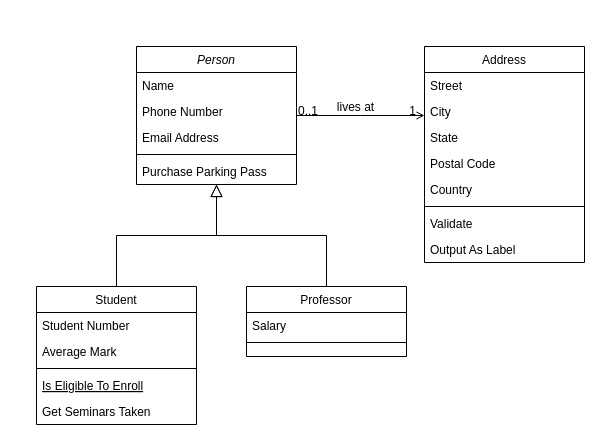
This is UML_practice/Software Architecture_1.drawio from rise0608/images, a draw.io file, before an edit. Source tidied: cells renumbered, new cells numbered last; positions are measured from the earlier drawing's top-left corner, leaving out a move shared by most shapes. Both pictures are drawn from the tidied source at 100%, with x=0, y=0 at pixel (36, 46).
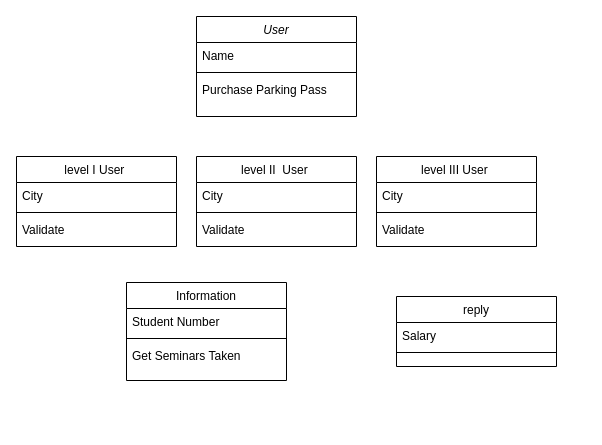
The same diagram, later.

Change to the diagram source:
```diff
@@
-    <mxCell id="2" value="Person" style="swimlane;fontStyle=2;align=center;verticalAlign=top;horizontal=1;startSize=26;rounded=0;shadow=0;strokeWidth=1;" parent="1" vertex="1">
-      <mxGeometry x="100" width="160" height="138" as="geometry" />
+    <mxCell id="2" value="User" style="swimlane;fontStyle=2;align=center;verticalAlign=top;horizontal=1;startSize=26;rounded=0;shadow=0;strokeWidth=1;" parent="1" vertex="1">
+      <mxGeometry x="160" y="-30" width="160" height="100" as="geometry" />
     </mxCell>
@@
-    <mxCell id="4" value="Phone Number" style="text;align=left;verticalAlign=top;spacingLeft=4;spacingRight=4;overflow=hidden;rounded=0;shadow=0;html=0;" parent="2" vertex="1">
-      <mxGeometry y="52" width="160" height="26" as="geometry" />
-    </mxCell>
-    <mxCell id="5" value="Email Address" style="text;align=left;verticalAlign=top;spacingLeft=4;spacingRight=4;overflow=hidden;rounded=0;shadow=0;html=0;" parent="2" vertex="1">
-      <mxGeometry y="78" width="160" height="26" as="geometry" />
-    </mxCell>
     <mxCell id="6" style="line;html=1;strokeWidth=1;align=left;verticalAlign=middle;spacingTop=-1;spacingLeft=3;spacingRight=3;labelPosition=right;" parent="2" vertex="1">
-      <mxGeometry y="104" width="160" height="8" as="geometry" />
+      <mxGeometry y="52" width="160" height="8" as="geometry" />
     </mxCell>
     <mxCell id="7" value="Purchase Parking Pass" style="text;align=left;verticalAlign=top;spacingLeft=4;spacingRight=4;overflow=hidden;" parent="2" vertex="1">
-      <mxGeometry y="112" width="160" height="26" as="geometry" />
+      <mxGeometry y="60" width="160" height="26" as="geometry" />
     </mxCell>
-    <mxCell id="8" value="Student" style="swimlane;fontStyle=0;align=center;verticalAlign=top;horizontal=1;startSize=26;rounded=0;shadow=0;strokeWidth=1;" parent="1" vertex="1">
-      <mxGeometry y="240" width="160" height="138" as="geometry" />
+    <mxCell id="8" value="Information" style="swimlane;fontStyle=0;align=center;verticalAlign=top;horizontal=1;startSize=26;rounded=0;shadow=0;strokeWidth=1;" parent="1" vertex="1">
+      <mxGeometry x="90" y="236" width="160" height="98" as="geometry" />
     </mxCell>
@@
-    <mxCell id="10" value="Average Mark" style="text;align=left;verticalAlign=top;spacingLeft=4;spacingRight=4;overflow=hidden;rounded=0;shadow=0;html=0;" parent="8" vertex="1">
-      <mxGeometry y="52" width="160" height="26" as="geometry" />
-    </mxCell>
     <mxCell id="11" style="line;html=1;strokeWidth=1;align=left;verticalAlign=middle;spacingTop=-1;spacingLeft=3;spacingRight=3;labelPosition=right;" parent="8" vertex="1">
-      <mxGeometry y="78" width="160" height="8" as="geometry" />
+      <mxGeometry y="52" width="160" height="8" as="geometry" />
     </mxCell>
-    <mxCell id="12" value="Is Eligible To Enroll" style="text;align=left;verticalAlign=top;spacingLeft=4;spacingRight=4;overflow=hidden;fontStyle=4;" parent="8" vertex="1">
-      <mxGeometry y="86" width="160" height="26" as="geometry" />
-    </mxCell>
     <mxCell id="13" value="Get Seminars Taken" style="text;align=left;verticalAlign=top;spacingLeft=4;spacingRight=4;overflow=hidden;" parent="8" vertex="1">
-      <mxGeometry y="112" width="160" height="26" as="geometry" />
+      <mxGeometry y="60" width="160" height="26" as="geometry" />
     </mxCell>
-    <mxCell id="14" style="endArrow=block;endSize=10;endFill=0;shadow=0;strokeWidth=1;rounded=0;edgeStyle=elbowEdgeStyle;elbow=vertical;" parent="1" edge="1" source="8" target="2">
-      <mxGeometry relative="1" as="geometry" />
-    </mxCell>
-    <mxCell id="15" value="Professor" style="swimlane;fontStyle=0;align=center;verticalAlign=top;horizontal=1;startSize=26;rounded=0;shadow=0;strokeWidth=1;" parent="1" vertex="1">
-      <mxGeometry x="210" y="240" width="160" height="70" as="geometry" />
+    <mxCell id="15" value="reply" style="swimlane;fontStyle=0;align=center;verticalAlign=top;horizontal=1;startSize=26;rounded=0;shadow=0;strokeWidth=1;" parent="1" vertex="1">
+      <mxGeometry x="360" y="250" width="160" height="70" as="geometry" />
     </mxCell>
@@
-    <mxCell id="18" style="endArrow=block;endSize=10;endFill=0;shadow=0;strokeWidth=1;rounded=0;edgeStyle=elbowEdgeStyle;elbow=vertical;" parent="1" edge="1" source="15" target="2">
-      <mxGeometry relative="1" as="geometry" />
-    </mxCell>
-    <mxCell id="19" value="Address" style="swimlane;fontStyle=0;align=center;verticalAlign=top;horizontal=1;startSize=26;rounded=0;shadow=0;strokeWidth=1;" parent="1" vertex="1">
-      <mxGeometry x="388" width="160" height="216" as="geometry" />
+    <mxCell id="19" value="level I User " style="swimlane;fontStyle=0;align=center;verticalAlign=top;horizontal=1;startSize=26;rounded=0;shadow=0;strokeWidth=1;" parent="1" vertex="1">
+      <mxGeometry x="-20" y="110" width="160" height="90" as="geometry" />
     </mxCell>
-    <mxCell id="20" value="Street" style="text;align=left;verticalAlign=top;spacingLeft=4;spacingRight=4;overflow=hidden;" parent="19" vertex="1">
-      <mxGeometry y="26" width="160" height="26" as="geometry" />
-    </mxCell>
     <mxCell id="21" value="City" style="text;align=left;verticalAlign=top;spacingLeft=4;spacingRight=4;overflow=hidden;rounded=0;shadow=0;html=0;" parent="19" vertex="1">
-      <mxGeometry y="52" width="160" height="26" as="geometry" />
+      <mxGeometry y="26" width="160" height="26" as="geometry" />
     </mxCell>
-    <mxCell id="22" value="State" style="text;align=left;verticalAlign=top;spacingLeft=4;spacingRight=4;overflow=hidden;rounded=0;shadow=0;html=0;" parent="19" vertex="1">
-      <mxGeometry y="78" width="160" height="26" as="geometry" />
-    </mxCell>
-    <mxCell id="23" value="Postal Code" style="text;align=left;verticalAlign=top;spacingLeft=4;spacingRight=4;overflow=hidden;rounded=0;shadow=0;html=0;" parent="19" vertex="1">
-      <mxGeometry y="104" width="160" height="26" as="geometry" />
-    </mxCell>
-    <mxCell id="24" value="Country" style="text;align=left;verticalAlign=top;spacingLeft=4;spacingRight=4;overflow=hidden;rounded=0;shadow=0;html=0;" parent="19" vertex="1">
-      <mxGeometry y="130" width="160" height="26" as="geometry" />
-    </mxCell>
     <mxCell id="25" style="line;html=1;strokeWidth=1;align=left;verticalAlign=middle;spacingTop=-1;spacingLeft=3;spacingRight=3;labelPosition=right;" parent="19" vertex="1">
-      <mxGeometry y="156" width="160" height="8" as="geometry" />
+      <mxGeometry y="52" width="160" height="8" as="geometry" />
     </mxCell>
     <mxCell id="26" value="Validate" style="text;align=left;verticalAlign=top;spacingLeft=4;spacingRight=4;overflow=hidden;" parent="19" vertex="1">
-      <mxGeometry y="164" width="160" height="26" as="geometry" />
+      <mxGeometry y="60" width="160" height="26" as="geometry" />
     </mxCell>
-    <mxCell id="27" value="Output As Label" style="text;align=left;verticalAlign=top;spacingLeft=4;spacingRight=4;overflow=hidden;" parent="19" vertex="1">
-      <mxGeometry y="190" width="160" height="26" as="geometry" />
-    </mxCell>
-    <mxCell id="28" style="endArrow=open;shadow=0;strokeWidth=1;rounded=0;endFill=1;edgeStyle=elbowEdgeStyle;elbow=vertical;" parent="1" edge="1" source="2" target="19">
-      <mxGeometry x="0.5" y="41" relative="1" as="geometry">
-        <mxPoint x="-40" y="32" as="offset" />
-      </mxGeometry>
-    </mxCell>
-    <mxCell id="29" value="0..1" style="align=left;verticalAlign=bottom;labelBackgroundColor=none;fontSize=12;" parent="28" vertex="1">
-      <mxGeometry x="-1" relative="1" as="geometry">
-        <mxPoint y="4" as="offset" />
-      </mxGeometry>
-    </mxCell>
-    <mxCell id="30" value="1" style="align=right;verticalAlign=bottom;labelBackgroundColor=none;fontSize=12;" parent="28" vertex="1">
-      <mxGeometry x="1" relative="1" as="geometry">
-        <mxPoint x="-7" y="4" as="offset" />
-      </mxGeometry>
-    </mxCell>
-    <mxCell id="31" value="lives at" style="text;html=1;align=center;verticalAlign=middle;labelBackgroundColor=none;rounded=0;shadow=0;strokeWidth=1;fontSize=12;" parent="28" vertex="1">
-      <mxGeometry x="0.5" y="49" relative="1" as="geometry">
-        <mxPoint x="-38" y="40" as="offset" />
-      </mxGeometry>
-    </mxCell>
+    <mxCell id="32" value="level II  User " style="swimlane;fontStyle=0;align=center;verticalAlign=top;horizontal=1;startSize=26;rounded=0;shadow=0;strokeWidth=1;" parent="1" vertex="1">
+      <mxGeometry x="160" y="110" width="160" height="90" as="geometry" />
+    </mxCell>
+    <mxCell id="33" value="City" style="text;align=left;verticalAlign=top;spacingLeft=4;spacingRight=4;overflow=hidden;rounded=0;shadow=0;html=0;" parent="32" vertex="1">
+      <mxGeometry y="26" width="160" height="26" as="geometry" />
+    </mxCell>
+    <mxCell id="34" style="line;html=1;strokeWidth=1;align=left;verticalAlign=middle;spacingTop=-1;spacingLeft=3;spacingRight=3;labelPosition=right;" parent="32" vertex="1">
+      <mxGeometry y="52" width="160" height="8" as="geometry" />
+    </mxCell>
+    <mxCell id="35" value="Validate" style="text;align=left;verticalAlign=top;spacingLeft=4;spacingRight=4;overflow=hidden;" parent="32" vertex="1">
+      <mxGeometry y="60" width="160" height="26" as="geometry" />
+    </mxCell>
+    <mxCell id="36" value="level III User " style="swimlane;fontStyle=0;align=center;verticalAlign=top;horizontal=1;startSize=26;rounded=0;shadow=0;strokeWidth=1;" parent="1" vertex="1">
+      <mxGeometry x="340" y="110" width="160" height="90" as="geometry" />
+    </mxCell>
+    <mxCell id="37" value="City" style="text;align=left;verticalAlign=top;spacingLeft=4;spacingRight=4;overflow=hidden;rounded=0;shadow=0;html=0;" parent="36" vertex="1">
+      <mxGeometry y="26" width="160" height="26" as="geometry" />
+    </mxCell>
+    <mxCell id="38" style="line;html=1;strokeWidth=1;align=left;verticalAlign=middle;spacingTop=-1;spacingLeft=3;spacingRight=3;labelPosition=right;" parent="36" vertex="1">
+      <mxGeometry y="52" width="160" height="8" as="geometry" />
+    </mxCell>
+    <mxCell id="39" value="Validate" style="text;align=left;verticalAlign=top;spacingLeft=4;spacingRight=4;overflow=hidden;" parent="36" vertex="1">
+      <mxGeometry y="60" width="160" height="26" as="geometry" />
+    </mxCell>
```
